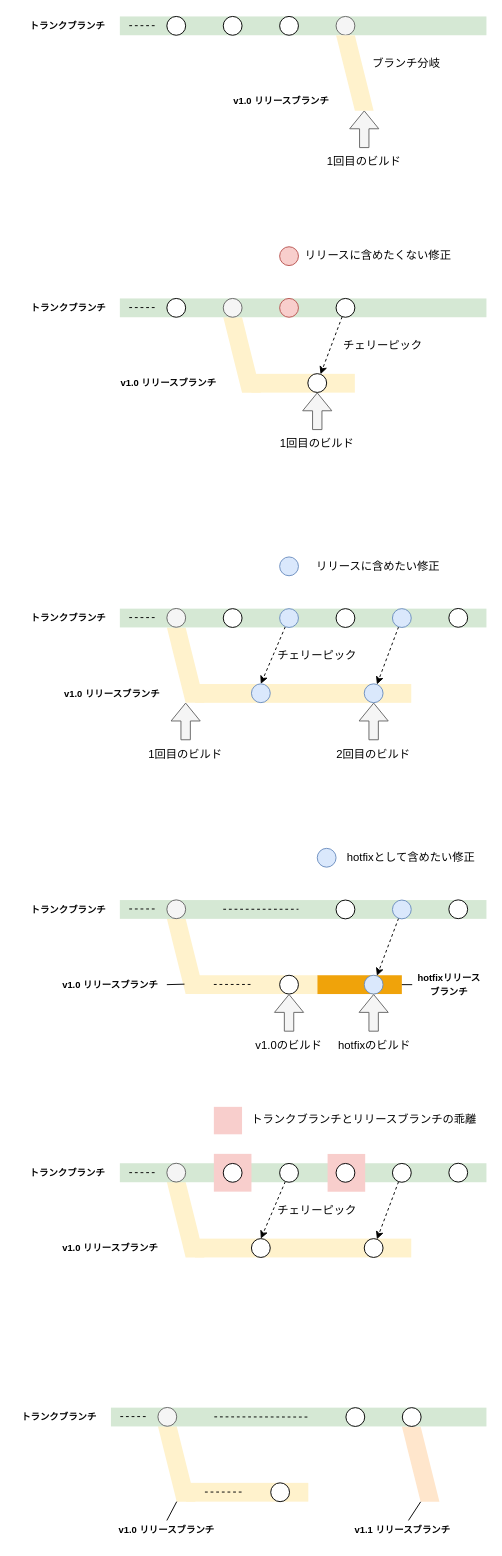
Earlier version of the draw.io diagram images/trunk-based-development-strategy/release-flow.drawio (shotaIDE/zenn). Source tidied: cells renumbered, new cells numbered last; positions are measured from the earlier drawing's top-left corner, leaving out a move shared by most shapes. Both pictures are drawn from the tidied source at 94%, with x=0, y=0 at pixel (16, 15).
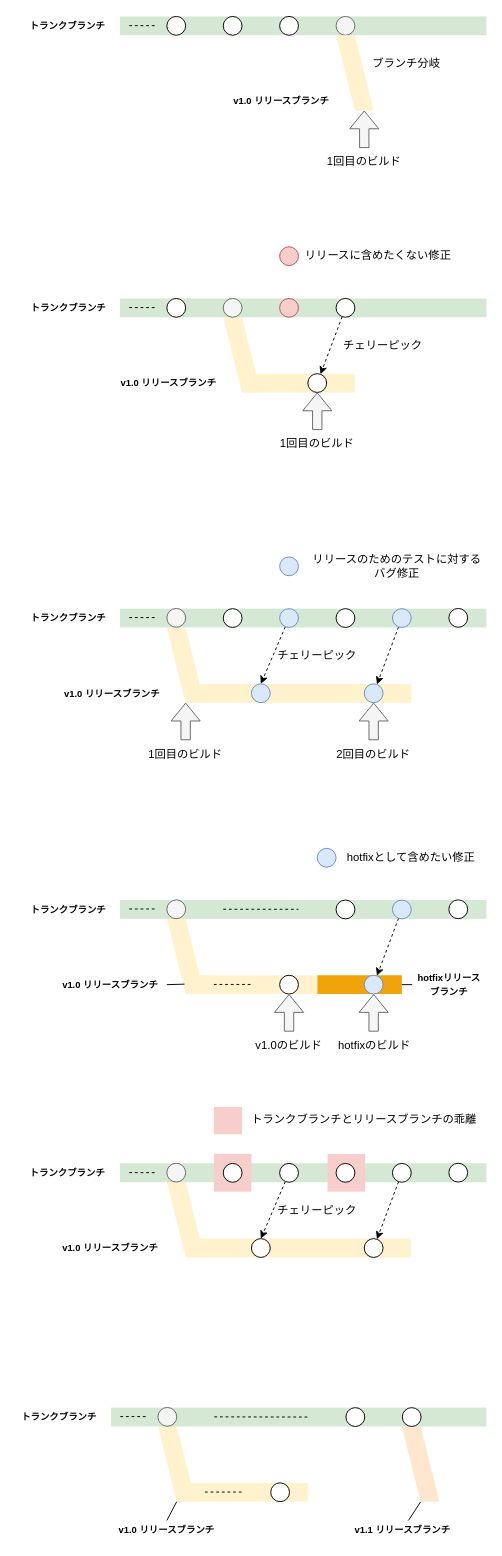
The same diagram, later.

The edit, as a diff of the source:
```diff
@@
-    <mxCell id="38" value="リリースに含めたい修正" style="text;html=1;align=center;verticalAlign=middle;whiteSpace=wrap;rounded=0;" parent="1" vertex="1">
-      <mxGeometry x="310" y="571" width="150" height="30" as="geometry" />
+    <mxCell id="38" value="リリースのためのテストに対するバグ修正" style="text;html=1;align=center;verticalAlign=middle;whiteSpace=wrap;rounded=0;" parent="1" vertex="1">
+      <mxGeometry x="310" y="571" width="190" height="30" as="geometry" />
     </mxCell>
```
